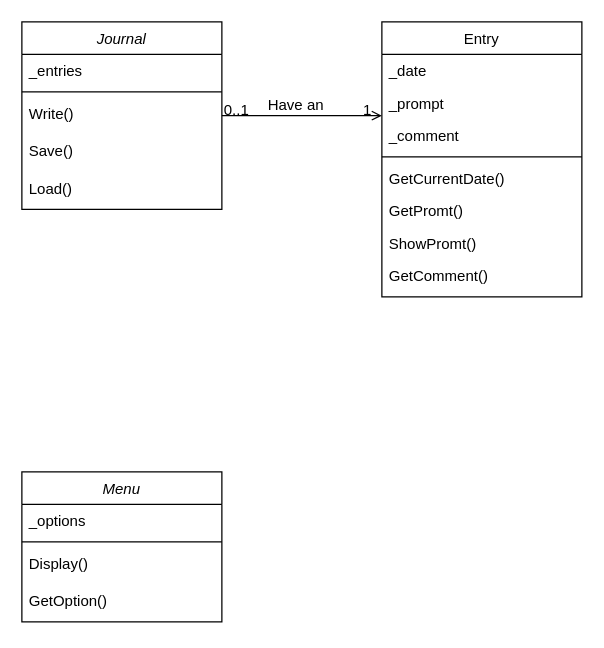
Before: assets/JournalDiagram.drawio in neorgon/cse210-hw, a draw.io diagram. Source tidied: cells renumbered, new cells numbered last; positions are measured from the earlier drawing's top-left corner, leaving out a move shared by most shapes. Both pictures are drawn from the tidied source at 125%, with x=0, y=0 at pixel (21, 21).
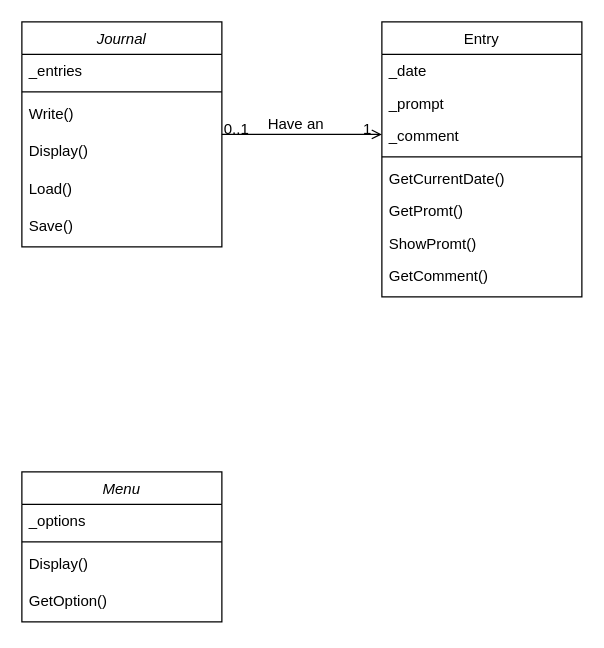
The same page after the edit.

Commit message:
Update Journal class

What changed in the source:
```diff
@@
     <mxCell id="2" value="Journal" style="swimlane;fontStyle=2;align=center;verticalAlign=top;horizontal=1;startSize=26;rounded=0;shadow=0;strokeWidth=1;" parent="1" vertex="1">
-      <mxGeometry width="160" height="150" as="geometry" />
+      <mxGeometry width="160" height="180" as="geometry" />
     </mxCell>
@@
-    <mxCell id="6" value="Save()" style="text;align=left;verticalAlign=top;spacingLeft=4;spacingRight=4;overflow=hidden;" parent="2" vertex="1">
+    <mxCell id="6" value="Display()" style="text;align=left;verticalAlign=top;spacingLeft=4;spacingRight=4;overflow=hidden;" parent="2" vertex="1">
       <mxGeometry y="90" width="160" height="30" as="geometry" />
     </mxCell>
@@
+    <mxCell id="26" value="Save()" style="text;align=left;verticalAlign=top;spacingLeft=4;spacingRight=4;overflow=hidden;" parent="2" vertex="1">
+      <mxGeometry y="150" width="160" height="30" as="geometry" />
+    </mxCell>
```
